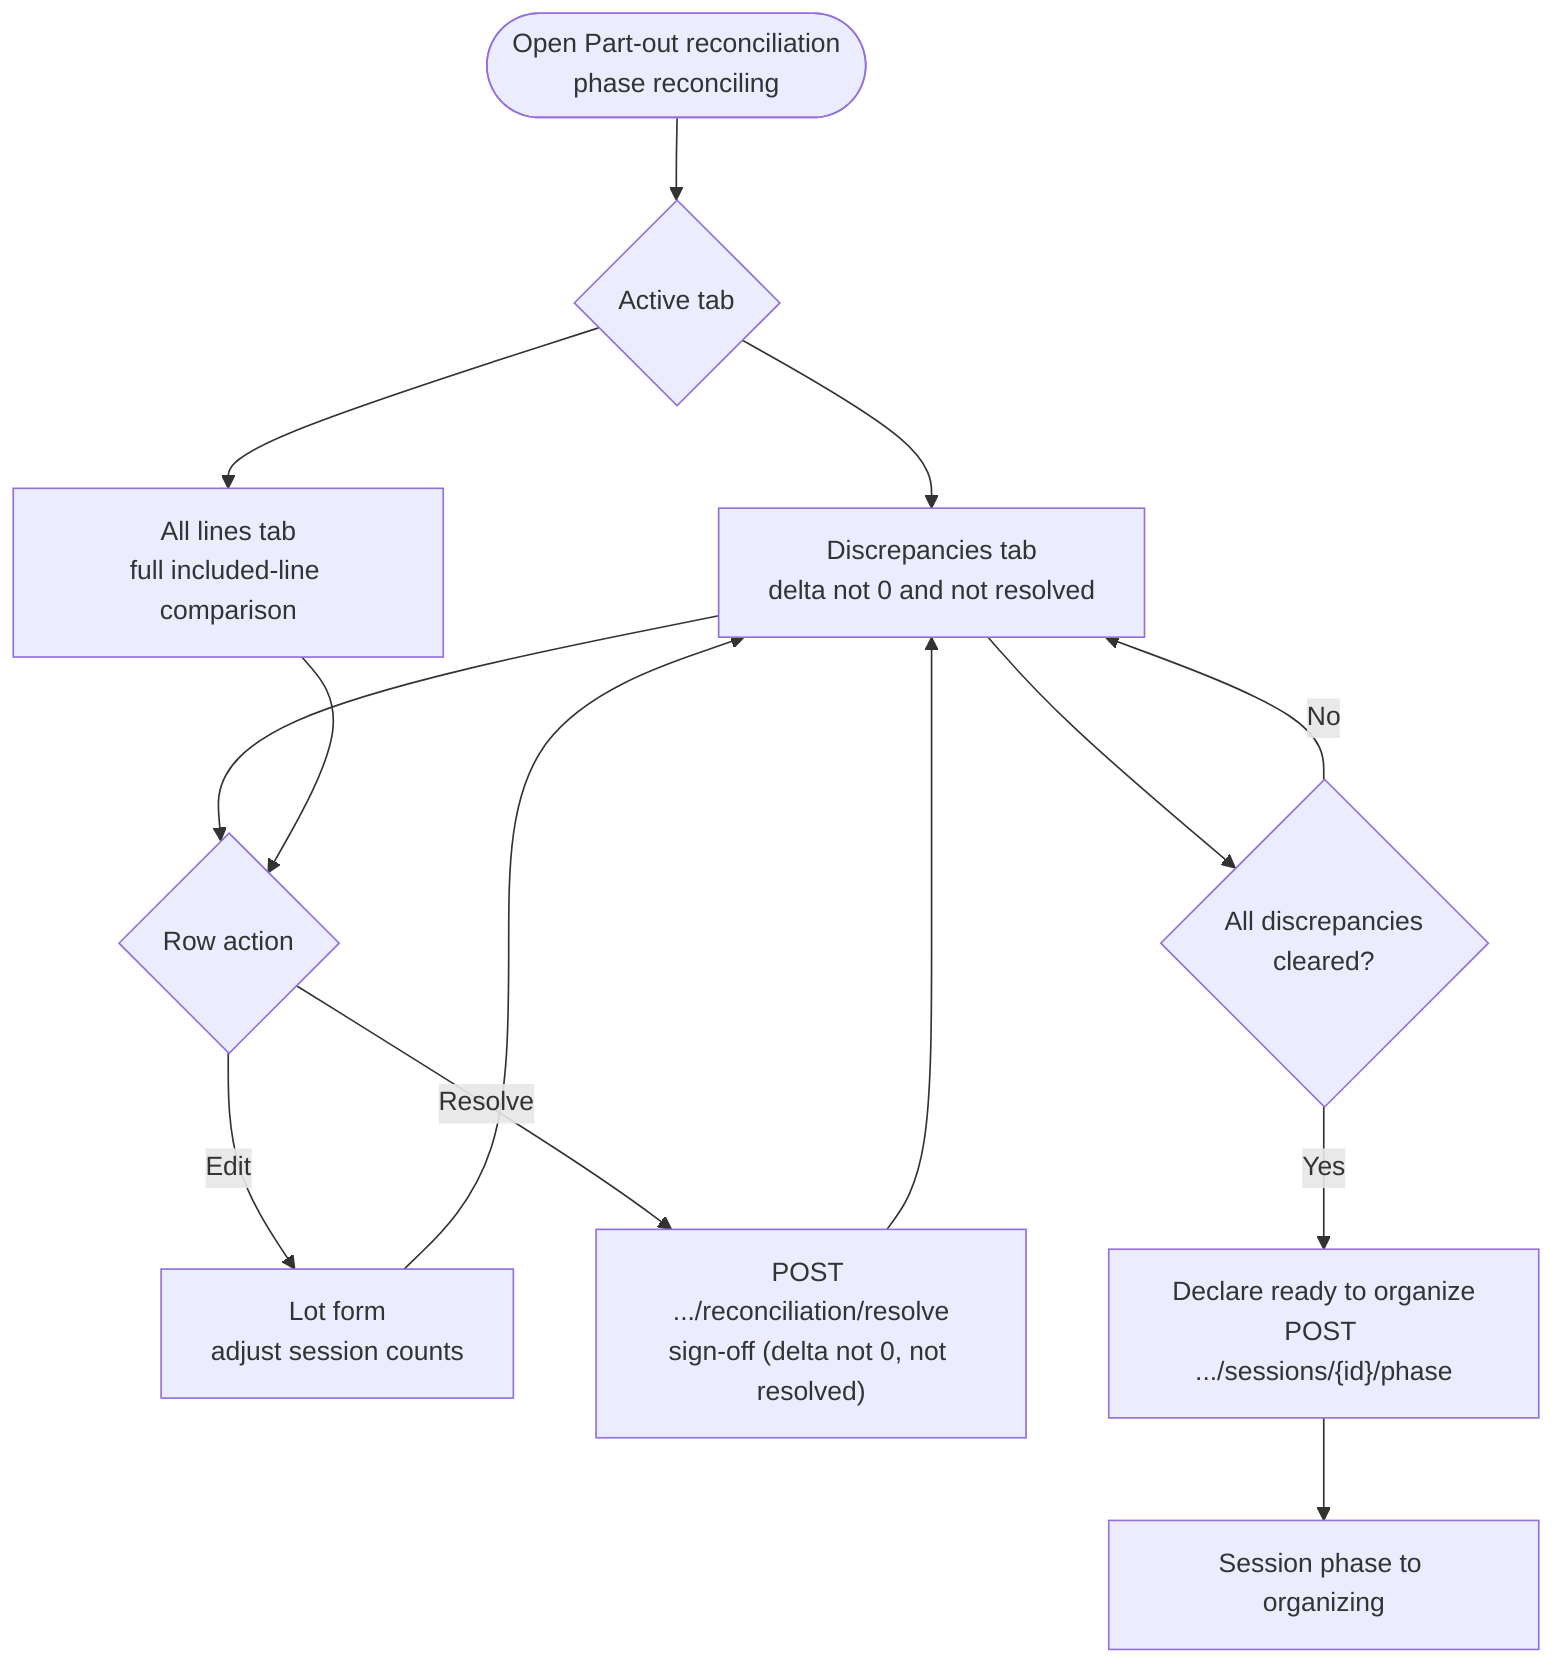
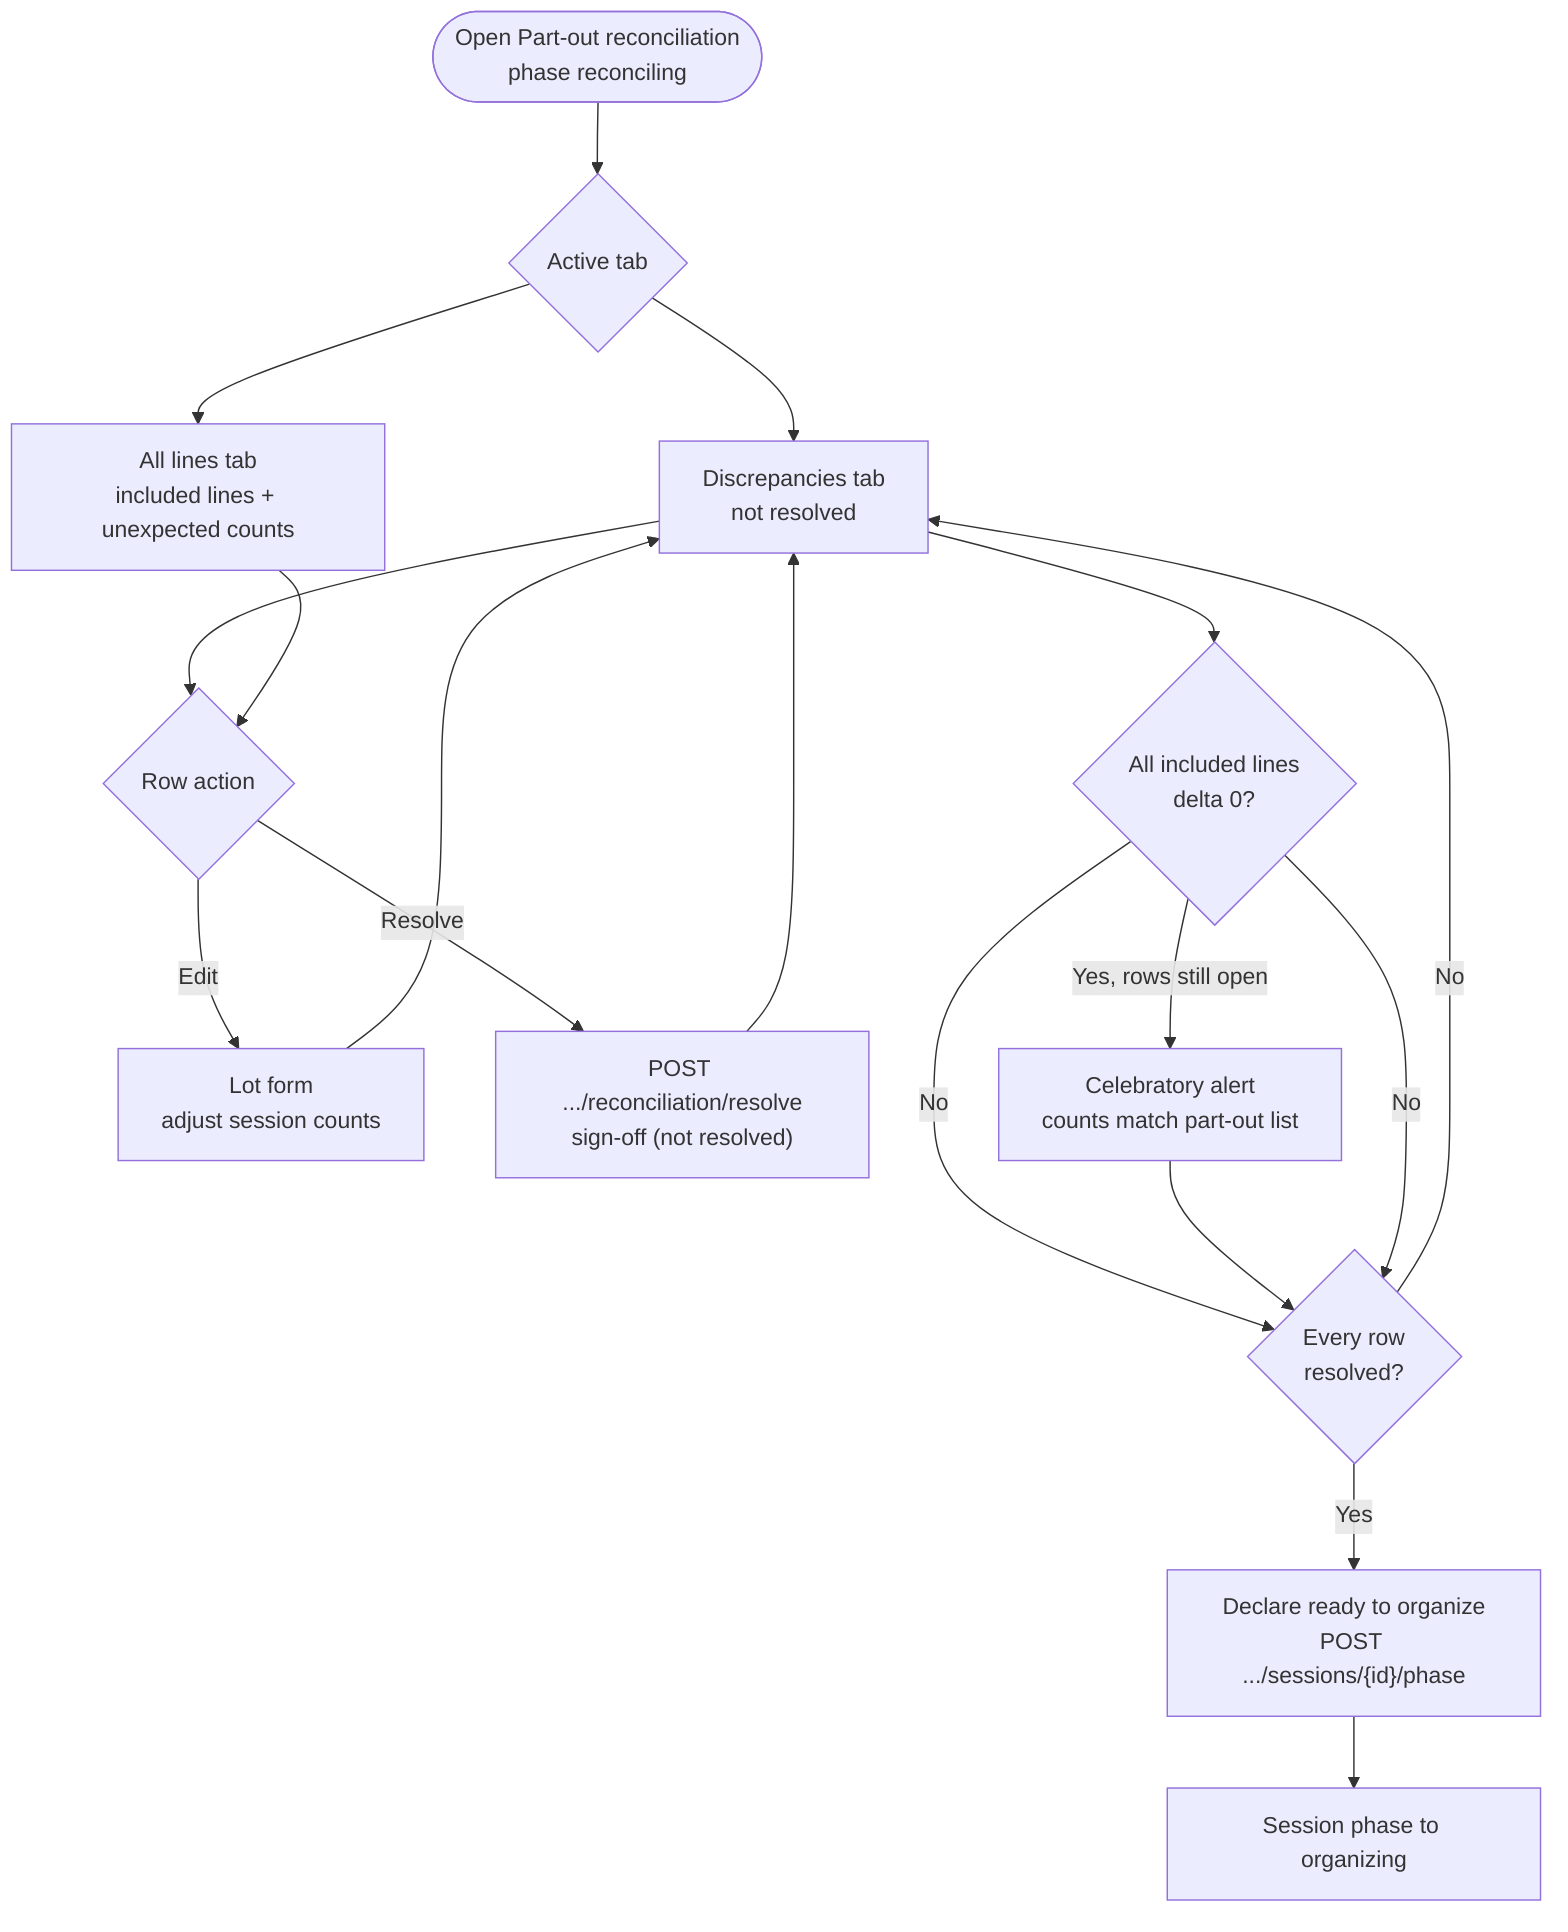
%% Part-out reconciliation — worker actions within reconciling phase
%% Source: docs/view-specs/part-out-reconciliation.md
%% Export XML happens later in updating_inventory (see store-inventory-update.mmd).

flowchart TD
    enter(["Open Part-out reconciliation<br>phase reconciling"])

    enter --> tabs{"Active tab"}

-     tabs --> disc["Discrepancies tab<br>delta not 0 and not resolved"]
-     tabs --> all["All lines tab<br>full included-line comparison"]
+     tabs --> disc["Discrepancies tab<br>not resolved"]
+     tabs --> all["All lines tab<br>included lines + unexpected counts"]

    disc --> row{"Row action"}
    all --> row

    row -->|Edit| lot["Lot form<br>adjust session counts"]
-     row -->|Resolve| sign["POST .../reconciliation/resolve<br>sign-off (delta not 0, not resolved)"]
+     row -->|Resolve| sign["POST .../reconciliation/resolve<br>sign-off (not resolved)"]

    lot --> disc
    sign --> disc

-     disc --> check{"All discrepancies<br>cleared?"}
+     disc --> match{"All included lines<br>delta 0?"}
+     match -->|Yes, rows still open| celebrate["Celebratory alert<br>counts match part-out list"]
+     match -->|No| check
+     celebrate --> check{"Every row<br>resolved?"}
+     match -->|No| check
+ 
    check -->|No| disc
    check -->|Yes| ready["Declare ready to organize<br>POST .../sessions/{id}/phase"]
    ready --> phaseOrg["Session phase to organizing"]
